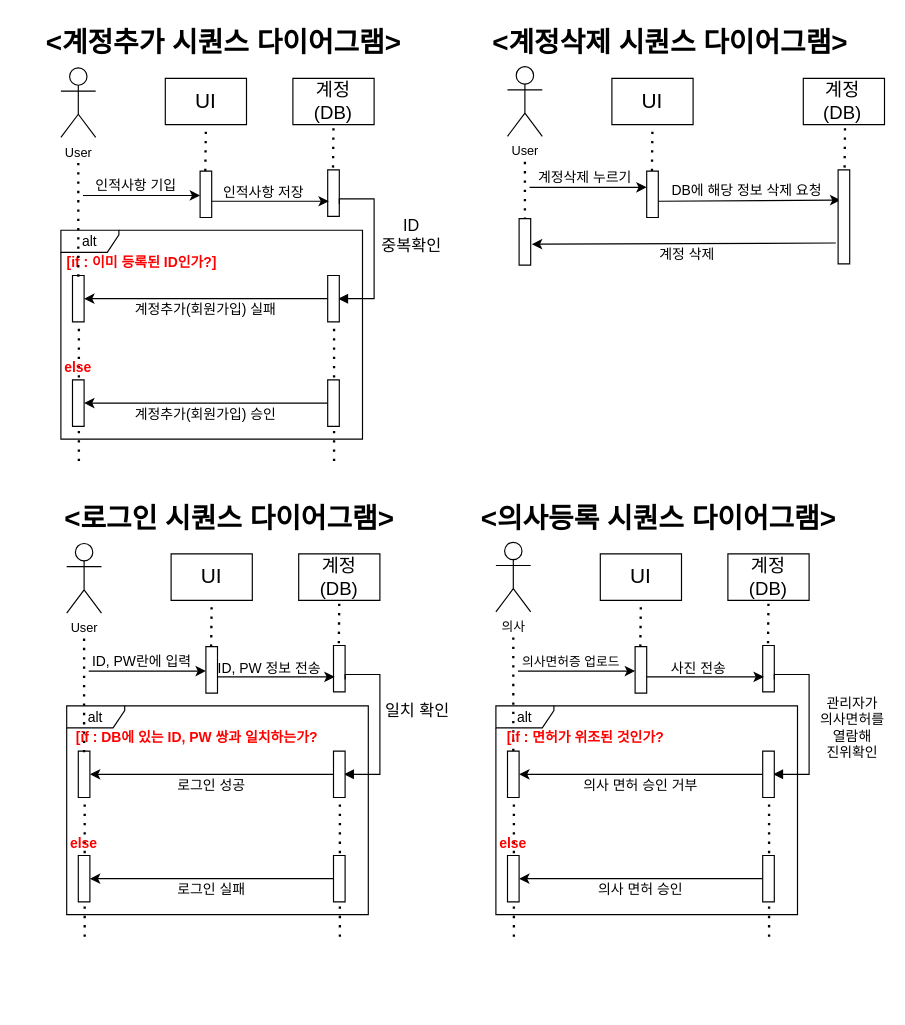
Before: page "Page-1" (1 of 2) of admin/04. Sequence Diagram/시퀀스 다이어그램(계정 추가,로그인, 계정삭제, 의사등록).drawio in yhb1834/Smart-Health-Prediction-System, a draw.io diagram. Source tidied: cells renumbered, new cells numbered last; positions are measured from the earlier drawing's top-left corner, leaving out a move shared by most shapes. Both pictures are drawn from the tidied source at 116%, with x=0, y=0 at pixel (20, 20).
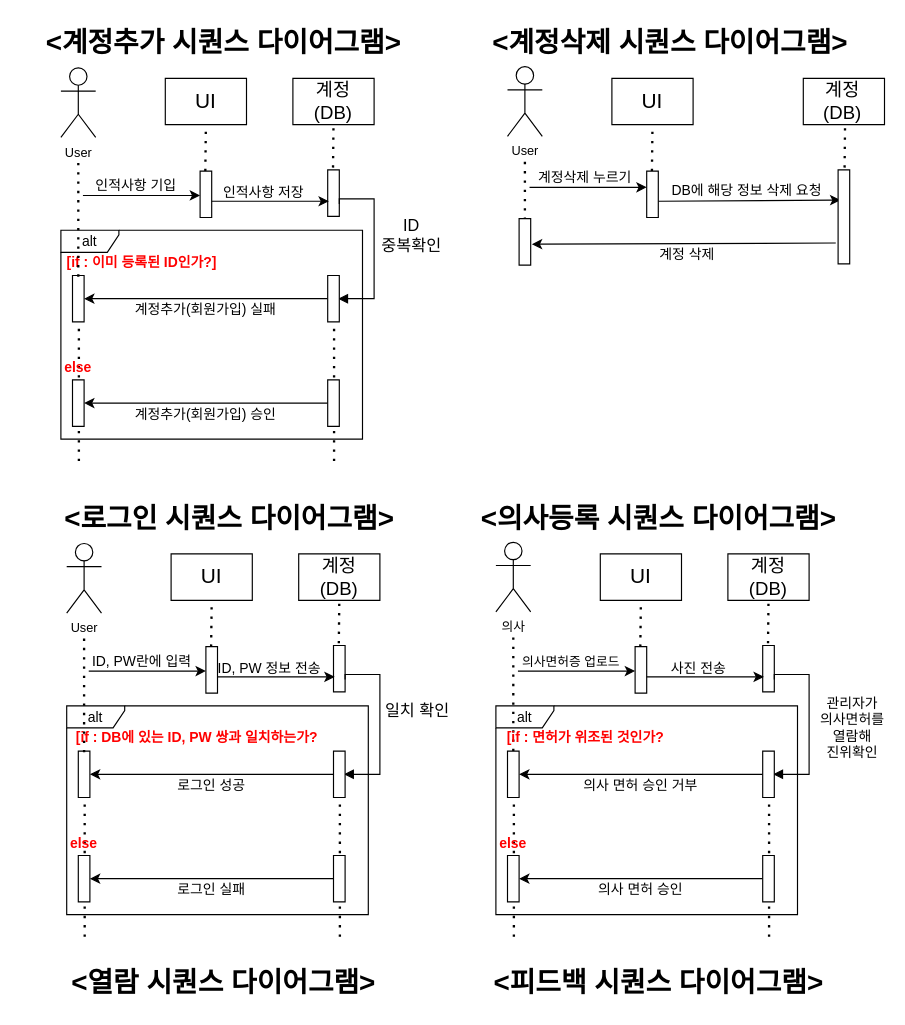
The same diagram, later.

Commit message (it also covers changes not shown here):
Add sequence diagram Admin-열람, 피드백

The edit, as a diff of the source:
```diff
@@
+    <mxCell id="118" value="&amp;lt;열람 시퀀스 다이어그램&amp;gt;" style="text;strokeColor=none;fillColor=none;html=1;fontSize=24;fontStyle=1;verticalAlign=middle;align=center;" parent="1" vertex="1">
+      <mxGeometry y="810" width="350" height="40" as="geometry" />
+    </mxCell>
+    <mxCell id="119" value="&amp;lt;피드백 시퀀스 다이어그램&amp;gt;" style="text;strokeColor=none;fillColor=none;html=1;fontSize=24;fontStyle=1;verticalAlign=middle;align=center;" parent="1" vertex="1">
+      <mxGeometry x="375" y="810" width="350" height="40" as="geometry" />
+    </mxCell>
```
